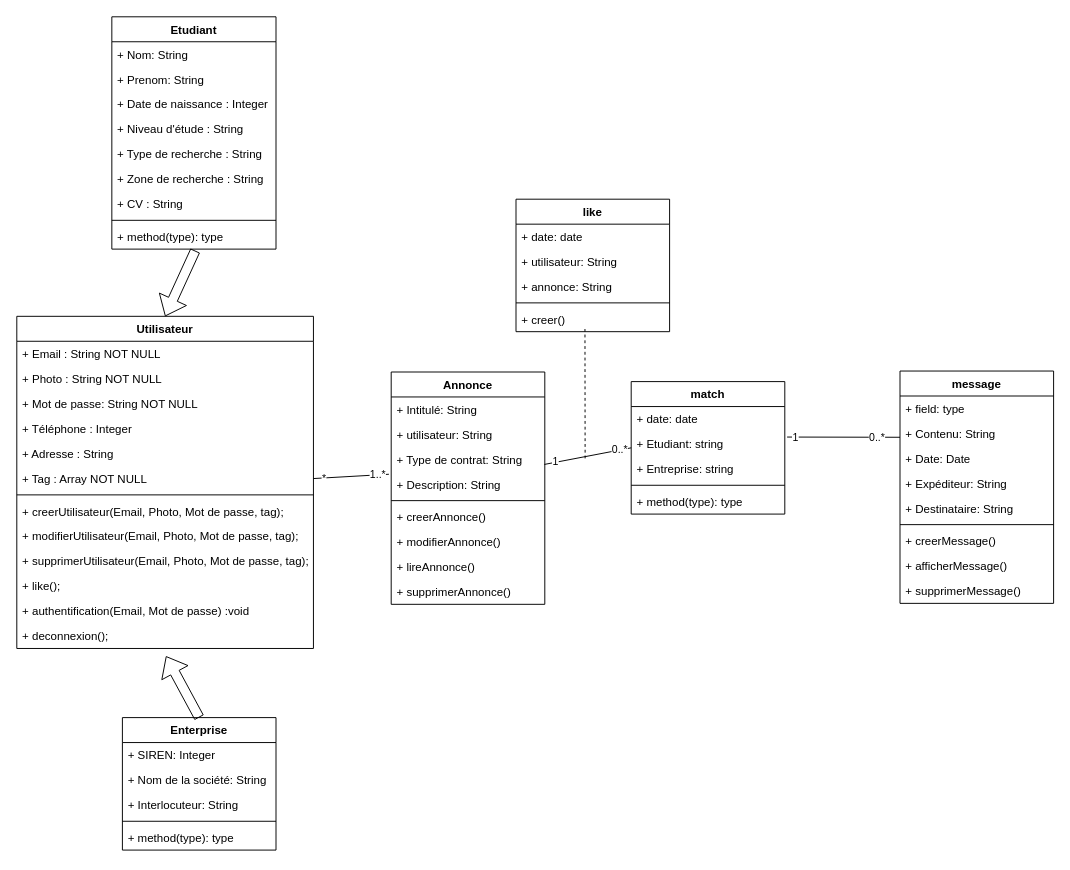
KoffiDMonky/AltIzy keeps this draw.io diagram as schémas/diagramme de classe.drawio. Above is the earlier version. Source tidied: cells renumbered, new cells numbered last; positions are measured from the earlier drawing's top-left corner, leaving out a move shared by most shapes. Both pictures are drawn from the tidied source at 96%, with x=0, y=0 at pixel (16, 16).
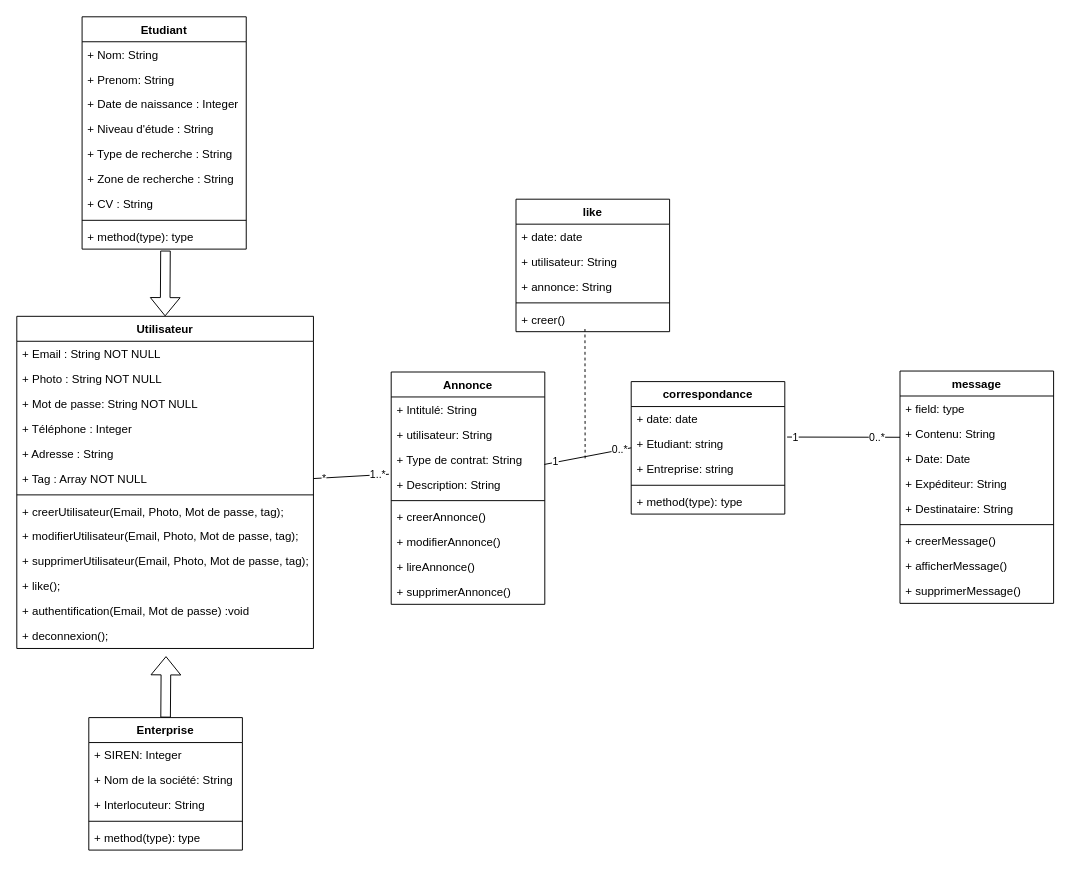
Above is the later version.

Diff of the diagram source:
```diff
@@
-    <mxCell id="26" value="match" style="swimlane;fontStyle=1;align=center;verticalAlign=top;horizontal=1;startSize=26;" parent="1" vertex="1">
+    <mxCell id="26" value="correspondance" style="swimlane;fontStyle=1;align=center;verticalAlign=top;horizontal=1;startSize=26;" parent="1" vertex="1">
       <mxGeometry x="640" y="380" width="160" height="138" as="geometry" />
     </mxCell>
@@
     <mxCell id="32" value="Etudiant" style="swimlane;fontStyle=1;align=center;verticalAlign=top;horizontal=1;startSize=26;" parent="1" vertex="1">
-      <mxGeometry x="99" width="171" height="242" as="geometry" />
+      <mxGeometry x="68" width="171" height="242" as="geometry" />
     </mxCell>
@@
     <mxCell id="42" value="Enterprise" style="swimlane;fontStyle=1;align=center;verticalAlign=top;horizontal=1;startSize=26;" parent="1" vertex="1">
-      <mxGeometry x="110" y="730" width="160" height="138" as="geometry" />
+      <mxGeometry x="75" y="730" width="160" height="138" as="geometry" />
     </mxCell>
```
